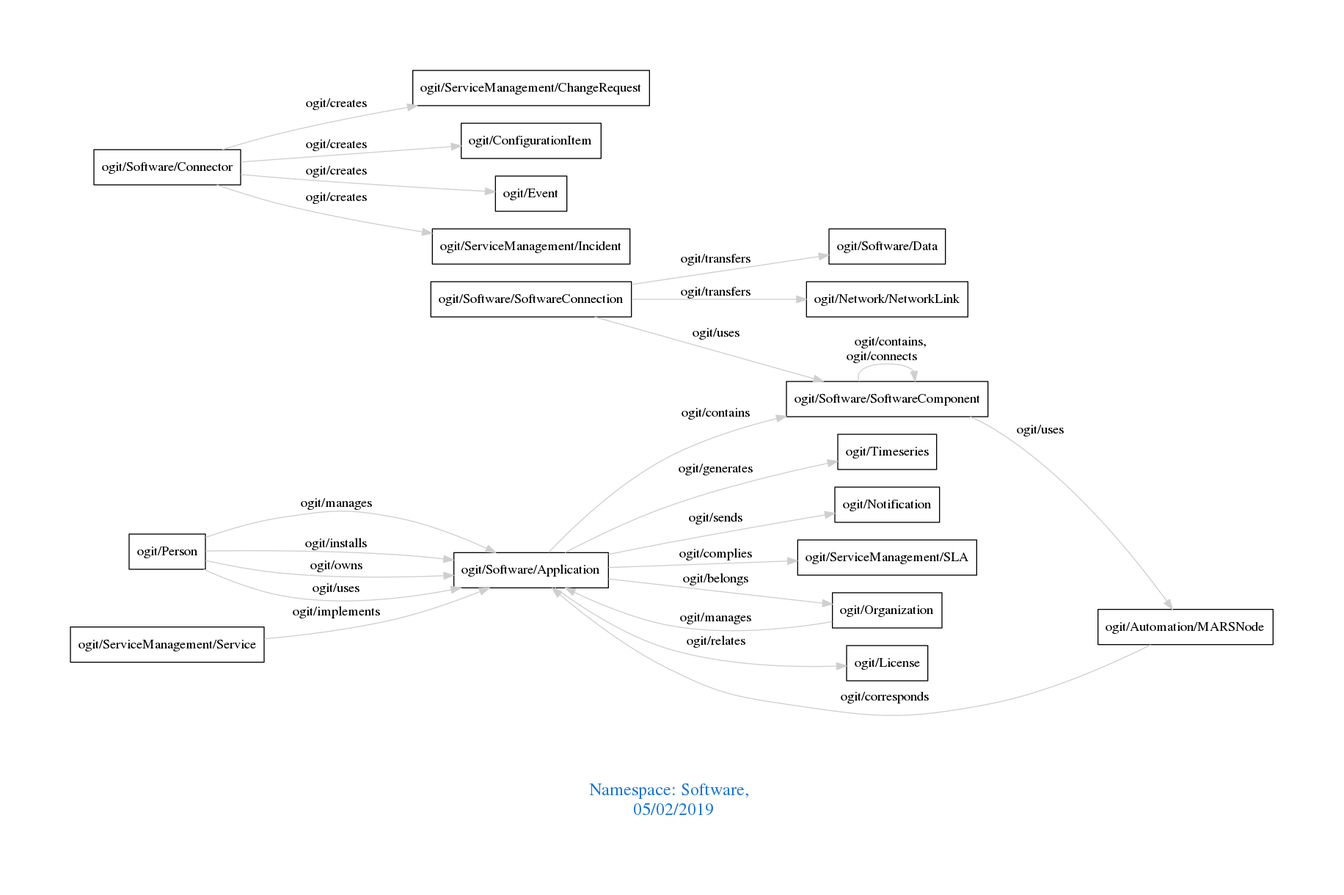
Earlier version of the Graphviz export downloads/Software.png (arago/OGIT). Its source is kept beside it as downloads/Software.dot.
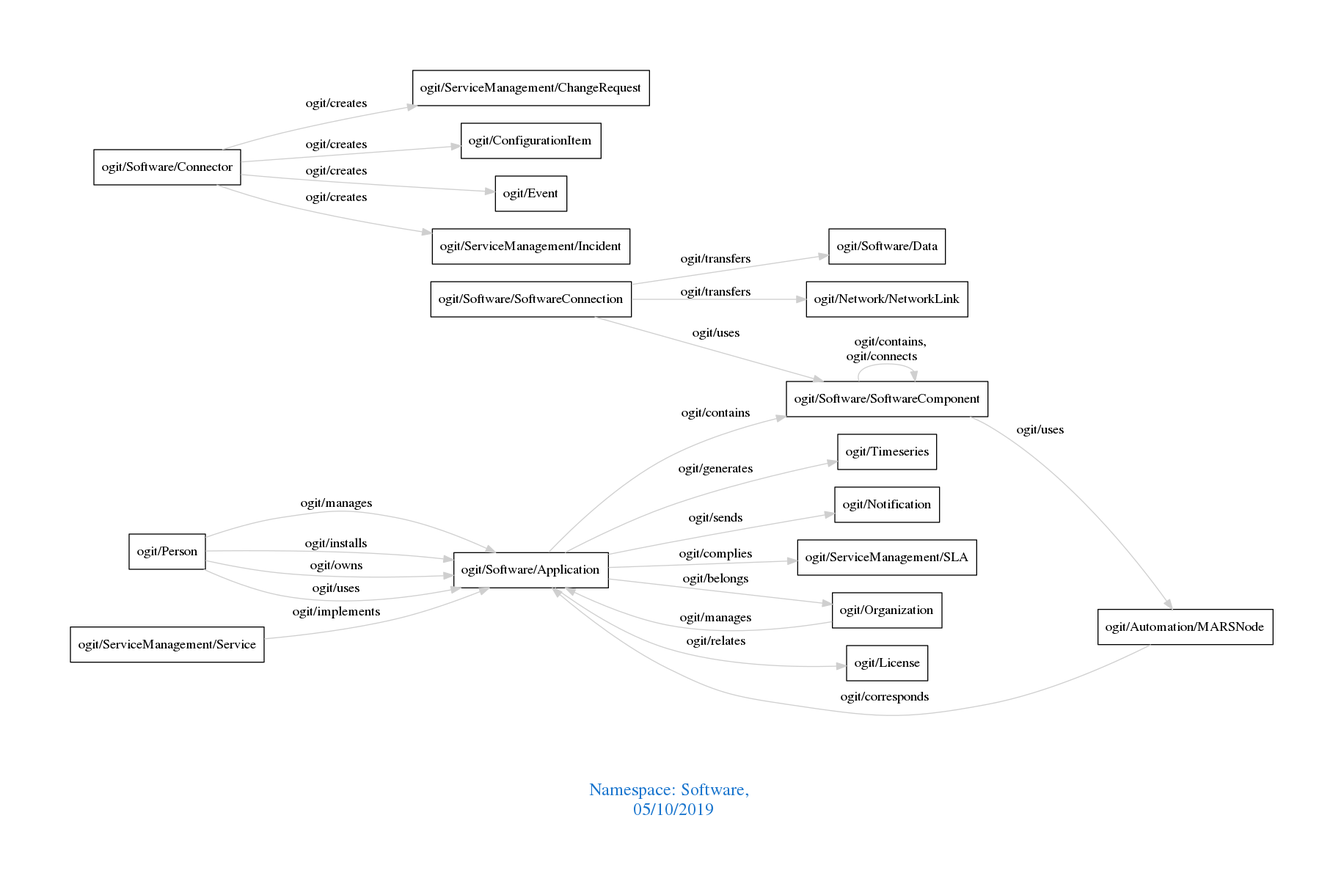
The same file after the commit.

The edit, as a diff of the source:
```diff
@@ -1,7 +1,7 @@
 digraph OGIT_ontology {
  graph [ rankdir= LR,pad=1
 fontsize = 18,
-fontcolor= dodgerblue3,label = "\n\n\nNamespace: Software, \n 05/02/2019"];
+fontcolor= dodgerblue3,label = "\n\n\nNamespace: Software, \n 05/10/2019"];
 node[shape=polygon];
 edge [  color="gray81"];
 
```
